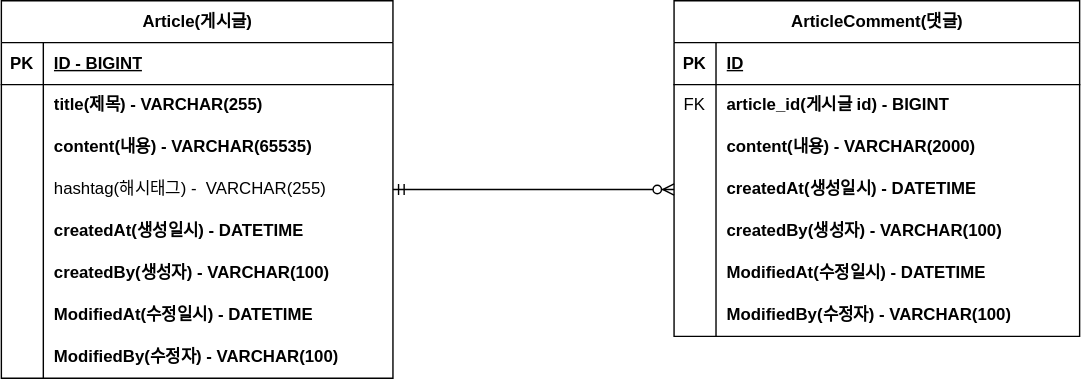
Earlier version of the draw.io export document/Board-ERD.svg (Kimminwoo02/Project-board). Source tidied: cells renumbered, new cells last; positions are measured from the earlier drawing's top-left corner, leaving out a move shared by most shapes.
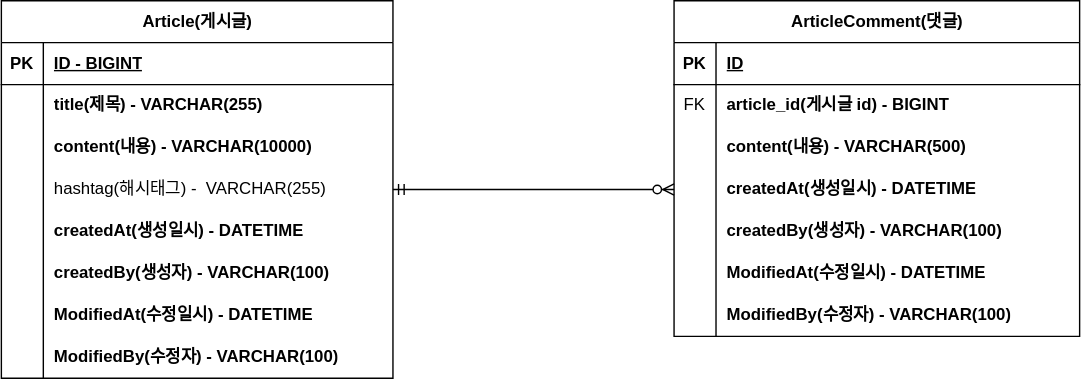
Later version of the same file.

Commit message:
#10- ERD 업데이트: content 사이즈 변경

Diff of the diagram source:
```diff
@@ -29,7 +29,7 @@
     <mxCell id="10" style="shape=partialRectangle;fillColor=none;top=0;left=0;bottom=0;right=0;overflow=hidden;whiteSpace=wrap;html=1;" parent="9" vertex="1">
       <mxGeometry width="30" height="30" as="geometry" />
     </mxCell>
-    <mxCell id="11" value="content(내용) - VARCHAR(65535)" style="shape=partialRectangle;fillColor=none;top=0;left=0;bottom=0;right=0;align=left;spacingLeft=6;overflow=hidden;whiteSpace=wrap;html=1;fontStyle=1;" parent="9" vertex="1">
+    <mxCell id="11" value="content(내용) - VARCHAR(10000)" style="shape=partialRectangle;fillColor=none;top=0;left=0;bottom=0;right=0;align=left;spacingLeft=6;overflow=hidden;whiteSpace=wrap;html=1;fontStyle=1;" parent="9" vertex="1">
       <mxGeometry x="30" width="250" height="30" as="geometry" />
     </mxCell>
     <mxCell id="12" style="shape=tableRow;horizontal=0;startSize=0;swimlaneHead=0;swimlaneBody=0;fillColor=none;points=[[0,0.5],[1,0.5]];portConstraint=eastwest;top=0;left=0;right=0;bottom=0;" parent="2" vertex="1">
@@ -104,7 +104,7 @@
     <mxCell id="35" style="shape=partialRectangle;fillColor=none;top=0;left=0;bottom=0;right=0;overflow=hidden;whiteSpace=wrap;html=1;" parent="34" vertex="1">
       <mxGeometry width="30" height="30" as="geometry" />
     </mxCell>
-    <mxCell id="36" value="content(내용) - VARCHAR(2000)" style="shape=partialRectangle;fillColor=none;top=0;left=0;bottom=0;right=0;align=left;spacingLeft=6;overflow=hidden;whiteSpace=wrap;html=1;fontStyle=1;" parent="34" vertex="1">
+    <mxCell id="36" value="content(내용) - VARCHAR(500)" style="shape=partialRectangle;fillColor=none;top=0;left=0;bottom=0;right=0;align=left;spacingLeft=6;overflow=hidden;whiteSpace=wrap;html=1;fontStyle=1;" parent="34" vertex="1">
       <mxGeometry x="30" width="260" height="30" as="geometry" />
     </mxCell>
     <mxCell id="37" style="shape=tableRow;horizontal=0;startSize=0;swimlaneHead=0;swimlaneBody=0;fillColor=none;points=[[0,0.5],[1,0.5]];portConstraint=eastwest;top=0;left=0;right=0;bottom=0;" parent="27" vertex="1">
```
